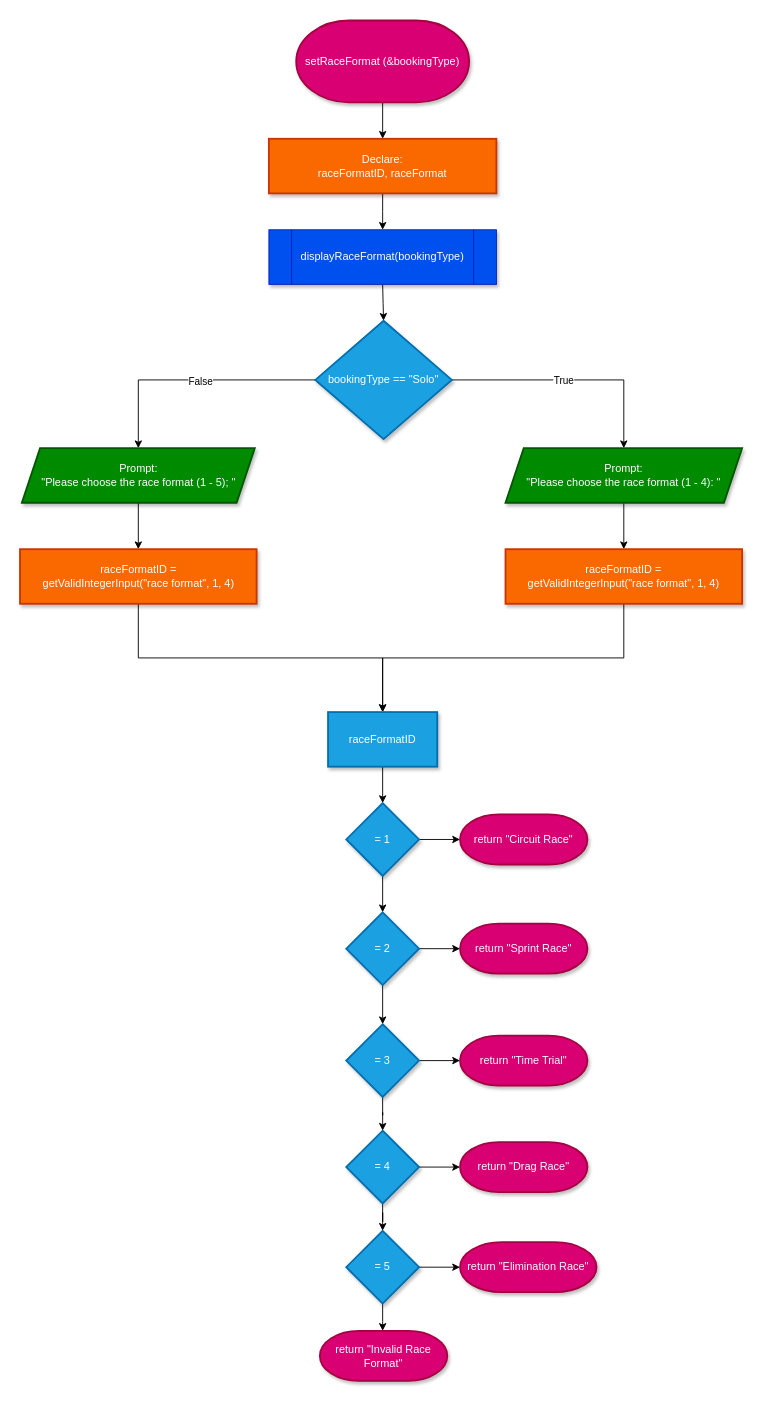
Above: Flowcharts (draw.io)/12. setRaceFormat.drawio in shahxvi/csc126-group-project (draw.io), before the change. Source tidied: cells renumbered, new cells numbered last; positions are measured from the earlier drawing's top-left corner, leaving out a move shared by most shapes. Both pictures are drawn from the tidied source at 91%, with x=0, y=0 at pixel (19, 20).
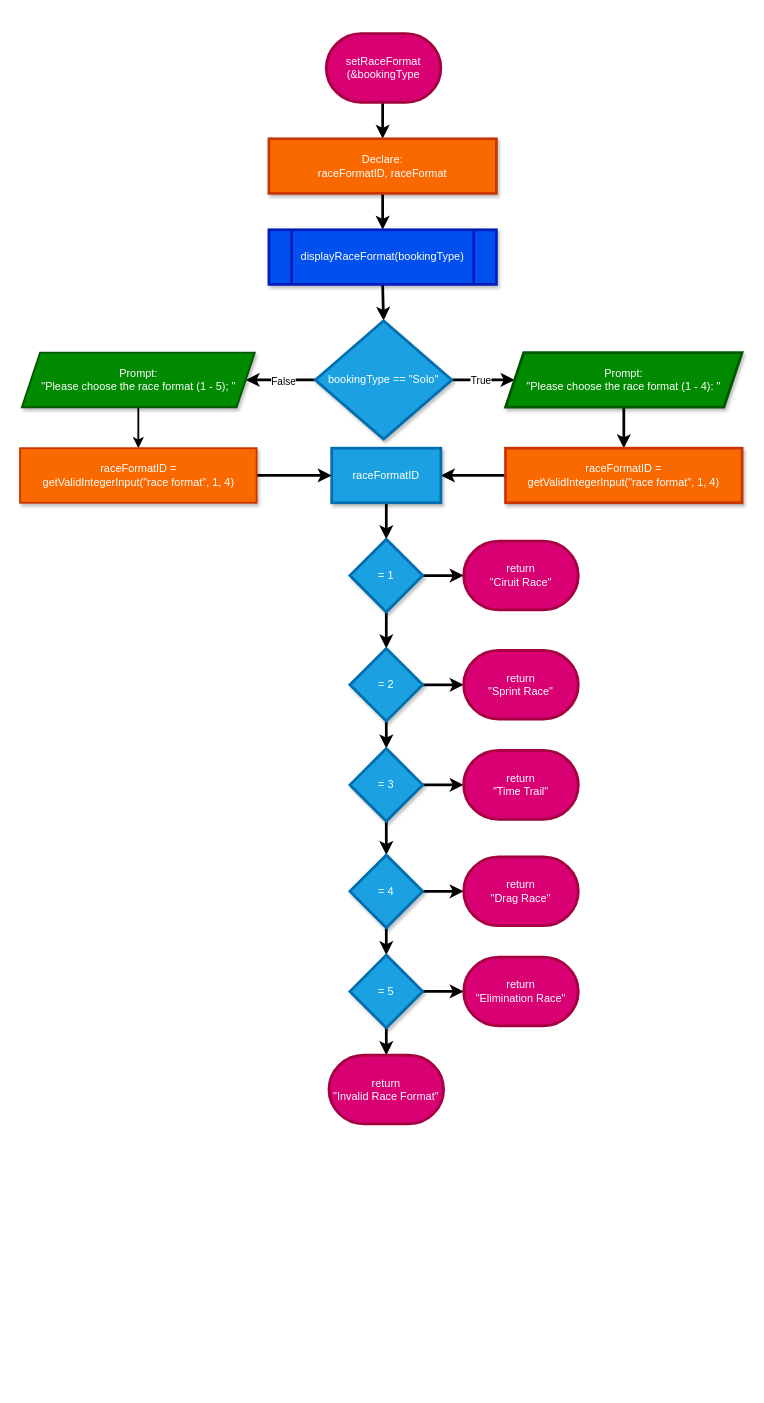
Above is the later version.

Diff of the diagram source:
```diff
@@
-    <mxCell id="2" style="edgeStyle=orthogonalEdgeStyle;rounded=0;jettySize=auto;html=1;" parent="1" edge="1" source="3" target="5">
-      <mxGeometry relative="1" as="geometry" />
+    <mxCell id="2" style="rounded=0;jettySize=auto;html=1;enumerate=0;comic=0;backgroundOutline=0;strokeWidth=3;" parent="1" edge="1" target="5">
+      <mxGeometry relative="1" as="geometry">
+        <mxPoint x="399" y="90" as="sourcePoint" />
+      </mxGeometry>
     </mxCell>
-    <mxCell id="3" value="setRaceFormat (&amp;amp;bookingType)" style="strokeWidth=2;html=1;shape=mxgraph.flowchart.terminator;whiteSpace=wrap;fillColor=#d80073;fontColor=#ffffff;strokeColor=#A50040;shadow=1;" parent="1" vertex="1">
-      <mxGeometry x="304" width="190" height="90" as="geometry" />
-    </mxCell>
-    <mxCell id="4" style="edgeStyle=orthogonalEdgeStyle;rounded=0;jettySize=auto;html=1;" parent="1" edge="1" source="5">
+    <mxCell id="4" style="edgeStyle=orthogonalEdgeStyle;rounded=0;jettySize=auto;html=1;enumerate=0;comic=0;backgroundOutline=0;strokeWidth=3;" parent="1" edge="1" source="5">
       <mxGeometry relative="1" as="geometry">
         <mxPoint x="399" y="230" as="targetPoint" />
       </mxGeometry>
     </mxCell>
-    <mxCell id="5" value="&lt;font style=&quot;color: rgb(255, 255, 255);&quot;&gt;Declare:&lt;/font&gt;&lt;div&gt;&lt;font style=&quot;color: rgb(255, 255, 255);&quot;&gt;raceFormatID, raceFormat&lt;/font&gt;&lt;/div&gt;" style="whiteSpace=wrap;html=1;strokeWidth=2;fillColor=#fa6800;fontColor=#FFFFFF;strokeColor=#C73500;shadow=1;" parent="1" vertex="1">
+    <mxCell id="5" value="&lt;font style=&quot;color: rgb(255, 255, 255);&quot;&gt;Declare:&lt;/font&gt;&lt;div&gt;&lt;font style=&quot;color: rgb(255, 255, 255);&quot;&gt;raceFormatID, raceFormat&lt;/font&gt;&lt;/div&gt;" style="whiteSpace=wrap;html=1;strokeWidth=3;fillColor=#fa6800;fontColor=#FFFFFF;strokeColor=#C73500;shadow=1;enumerate=0;comic=0;backgroundOutline=0;" parent="1" vertex="1">
       <mxGeometry x="274" y="130" width="250" height="60" as="geometry" />
     </mxCell>
-    <mxCell id="6" style="edgeStyle=orthogonalEdgeStyle;rounded=0;jettySize=auto;html=1;" parent="1" edge="1" target="11">
+    <mxCell id="6" style="edgeStyle=orthogonalEdgeStyle;rounded=0;jettySize=auto;html=1;enumerate=0;comic=0;backgroundOutline=0;strokeWidth=3;" parent="1" edge="1" target="11">
       <mxGeometry relative="1" as="geometry">
         <mxPoint x="399" y="290" as="sourcePoint" />
       </mxGeometry>
     </mxCell>
-    <mxCell id="7" style="edgeStyle=orthogonalEdgeStyle;rounded=0;jettySize=auto;html=1;" parent="1" edge="1" source="11" target="13">
+    <mxCell id="7" style="edgeStyle=orthogonalEdgeStyle;rounded=0;jettySize=auto;html=1;enumerate=0;comic=0;backgroundOutline=0;strokeWidth=3;" parent="1" edge="1" source="11" target="13">
       <mxGeometry relative="1" as="geometry" />
     </mxCell>
-    <mxCell id="8" value="True" style="edgeLabel;html=1;align=center;verticalAlign=middle;" parent="7" vertex="1">
+    <mxCell id="8" value="True" style="edgeLabel;html=1;align=center;verticalAlign=middle;enumerate=0;comic=0;backgroundOutline=0;" parent="7" vertex="1">
       <mxGeometry x="-0.07" y="-2" relative="1" as="geometry">
         <mxPoint x="-1" y="-2" as="offset" />
       </mxGeometry>
     </mxCell>
-    <mxCell id="9" style="edgeStyle=orthogonalEdgeStyle;rounded=0;jettySize=auto;html=1;" parent="1" edge="1" source="11" target="17">
+    <mxCell id="9" style="edgeStyle=orthogonalEdgeStyle;rounded=0;jettySize=auto;html=1;enumerate=0;comic=0;backgroundOutline=0;strokeWidth=3;" parent="1" edge="1" source="11" target="17">
       <mxGeometry relative="1" as="geometry" />
     </mxCell>
-    <mxCell id="10" value="False" style="edgeLabel;html=1;align=center;verticalAlign=middle;" parent="9" vertex="1">
+    <mxCell id="10" value="False" style="edgeLabel;html=1;align=center;verticalAlign=middle;enumerate=0;comic=0;backgroundOutline=0;" parent="9" vertex="1">
       <mxGeometry x="-0.06" y="3" relative="1" as="geometry">
         <mxPoint y="-2" as="offset" />
       </mxGeometry>
     </mxCell>
-    <mxCell id="11" value="bookingType == &quot;Solo&quot;" style="rhombus;whiteSpace=wrap;html=1;fillColor=#1ba1e2;strokeColor=#006EAF;fontColor=#ffffff;strokeWidth=2;shadow=1;" parent="1" vertex="1">
+    <mxCell id="11" value="bookingType == &quot;Solo&quot;" style="rhombus;whiteSpace=wrap;html=1;fillColor=#1ba1e2;strokeColor=#006EAF;fontColor=#ffffff;strokeWidth=3;shadow=1;enumerate=0;comic=0;backgroundOutline=0;" parent="1" vertex="1">
       <mxGeometry x="325" y="330" width="150" height="130" as="geometry" />
     </mxCell>
-    <mxCell id="12" style="edgeStyle=orthogonalEdgeStyle;rounded=0;jettySize=auto;html=1;" parent="1" edge="1" source="13" target="15">
+    <mxCell id="12" style="edgeStyle=orthogonalEdgeStyle;rounded=0;jettySize=auto;html=1;enumerate=0;comic=0;backgroundOutline=0;strokeWidth=3;" parent="1" edge="1" source="13" target="15">
       <mxGeometry relative="1" as="geometry" />
     </mxCell>
-    <mxCell id="13" value="&lt;font style=&quot;color: rgb(255, 255, 255);&quot;&gt;Prompt:&lt;/font&gt;&lt;div&gt;&lt;font style=&quot;color: rgb(255, 255, 255);&quot;&gt;&quot;Please choose the race format (1 - 4): &quot;&lt;/font&gt;&lt;/div&gt;" style="shape=parallelogram;perimeter=parallelogramPerimeter;whiteSpace=wrap;html=1;fixedSize=1;fillColor=#008a00;strokeColor=#005700;fontColor=#ffffff;strokeWidth=2;shadow=1;" parent="1" vertex="1">
-      <mxGeometry x="534" y="470" width="260" height="60" as="geometry" />
+    <mxCell id="13" value="&lt;font style=&quot;color: rgb(255, 255, 255);&quot;&gt;Prompt:&lt;/font&gt;&lt;div&gt;&lt;font style=&quot;color: rgb(255, 255, 255);&quot;&gt;&quot;Please choose the race format (1 - 4): &quot;&lt;/font&gt;&lt;/div&gt;" style="shape=parallelogram;perimeter=parallelogramPerimeter;whiteSpace=wrap;html=1;fixedSize=1;fillColor=#008a00;strokeColor=#005700;fontColor=#ffffff;strokeWidth=3;shadow=1;enumerate=0;comic=0;backgroundOutline=0;" parent="1" vertex="1">
+      <mxGeometry x="534" y="365" width="260" height="60" as="geometry" />
     </mxCell>
-    <mxCell id="14" style="rounded=0;jettySize=auto;html=1;edgeStyle=orthogonalEdgeStyle;entryX=0.5;entryY=0;entryDx=0;entryDy=0;exitX=0.5;exitY=1;exitDx=0;exitDy=0;" parent="1" edge="1" source="15" target="19">
+    <mxCell id="14" style="edgeStyle=none;html=1;enumerate=0;comic=0;backgroundOutline=0;strokeWidth=3;" parent="1" edge="1" source="15" target="19">
       <mxGeometry relative="1" as="geometry" />
     </mxCell>
-    <mxCell id="15" value="raceFormatID =&lt;br&gt;getValidIntegerInput(&quot;race format&quot;, 1, 4)" style="whiteSpace=wrap;html=1;strokeWidth=2;fillColor=#fa6800;fontColor=#FFFFFF;strokeColor=#C73500;shadow=1;" parent="1" vertex="1">
-      <mxGeometry x="534" y="581" width="260" height="60" as="geometry" />
+    <mxCell id="15" value="raceFormatID =&lt;br&gt;getValidIntegerInput(&quot;race format&quot;, 1, 4)" style="whiteSpace=wrap;html=1;strokeWidth=3;fillColor=#fa6800;fontColor=#FFFFFF;strokeColor=#C73500;shadow=1;enumerate=0;comic=0;backgroundOutline=0;" parent="1" vertex="1">
+      <mxGeometry x="534" y="470" width="260" height="60" as="geometry" />
     </mxCell>
-    <mxCell id="16" style="edgeStyle=orthogonalEdgeStyle;rounded=0;jettySize=auto;html=1;" parent="1" edge="1" source="17" target="43">
+    <mxCell id="16" style="edgeStyle=orthogonalEdgeStyle;rounded=0;jettySize=auto;html=1;enumerate=0;comic=0;backgroundOutline=0;strokeWidth=2;" parent="1" edge="1" source="17" target="43">
       <mxGeometry relative="1" as="geometry" />
     </mxCell>
-    <mxCell id="17" value="&lt;font style=&quot;color: rgb(255, 255, 255);&quot;&gt;Prompt:&lt;/font&gt;&lt;div&gt;&lt;font style=&quot;color: rgb(255, 255, 255);&quot;&gt;&quot;Please choose the race format (1 - 5); &quot;&lt;/font&gt;&lt;/div&gt;" style="shape=parallelogram;perimeter=parallelogramPerimeter;whiteSpace=wrap;html=1;fixedSize=1;fillColor=#008a00;strokeColor=#005700;fontColor=#ffffff;strokeWidth=2;shadow=1;" parent="1" vertex="1">
-      <mxGeometry x="2.5" y="470" width="256" height="60" as="geometry" />
+    <mxCell id="17" value="&lt;font style=&quot;color: rgb(255, 255, 255);&quot;&gt;Prompt:&lt;/font&gt;&lt;div&gt;&lt;font style=&quot;color: rgb(255, 255, 255);&quot;&gt;&quot;Please choose the race format (1 - 5); &quot;&lt;/font&gt;&lt;/div&gt;" style="shape=parallelogram;perimeter=parallelogramPerimeter;whiteSpace=wrap;html=1;fixedSize=1;fillColor=#008a00;strokeColor=#005700;fontColor=#ffffff;strokeWidth=2;shadow=1;enumerate=0;comic=0;backgroundOutline=0;" parent="1" vertex="1">
+      <mxGeometry x="2.5" y="365" width="256" height="60" as="geometry" />
     </mxCell>
-    <mxCell id="18" style="edgeStyle=orthogonalEdgeStyle;rounded=0;jettySize=auto;html=1;" parent="1" edge="1" source="19" target="22">
+    <mxCell id="18" style="edgeStyle=orthogonalEdgeStyle;rounded=0;jettySize=auto;html=1;enumerate=0;comic=0;backgroundOutline=0;strokeWidth=3;" parent="1" edge="1" source="19" target="22">
       <mxGeometry relative="1" as="geometry" />
     </mxCell>
-    <mxCell id="19" value="raceFormatID" style="whiteSpace=wrap;html=1;fillColor=#1ba1e2;strokeColor=#006EAF;fontColor=#ffffff;strokeWidth=2;shadow=1;" parent="1" vertex="1">
-      <mxGeometry x="339" y="760" width="120" height="60" as="geometry" />
+    <mxCell id="19" value="raceFormatID" style="whiteSpace=wrap;html=1;fillColor=#1ba1e2;strokeColor=#006EAF;fontColor=#ffffff;strokeWidth=3;shadow=1;enumerate=0;comic=0;backgroundOutline=0;" parent="1" vertex="1">
+      <mxGeometry x="343" y="470" width="120" height="60" as="geometry" />
     </mxCell>
-    <mxCell id="20" style="edgeStyle=orthogonalEdgeStyle;rounded=0;jettySize=auto;html=1;" parent="1" edge="1" source="22" target="23">
-      <mxGeometry relative="1" as="geometry" />
+    <mxCell id="20" style="edgeStyle=orthogonalEdgeStyle;rounded=0;jettySize=auto;html=1;enumerate=0;comic=0;backgroundOutline=0;strokeWidth=3;" parent="1" edge="1" source="22">
+      <mxGeometry relative="1" as="geometry">
+        <mxPoint x="488" y="610" as="targetPoint" />
+      </mxGeometry>
     </mxCell>
-    <mxCell id="21" style="edgeStyle=orthogonalEdgeStyle;rounded=0;jettySize=auto;html=1;" parent="1" edge="1" source="22" target="26">
+    <mxCell id="21" style="edgeStyle=orthogonalEdgeStyle;rounded=0;jettySize=auto;html=1;enumerate=0;comic=0;backgroundOutline=0;strokeWidth=3;" parent="1" edge="1" source="22" target="26">
       <mxGeometry relative="1" as="geometry" />
     </mxCell>
-    <mxCell id="22" value="= 1" style="rhombus;whiteSpace=wrap;html=1;fillColor=#1ba1e2;strokeColor=#006EAF;fontColor=#ffffff;strokeWidth=2;shadow=1;" parent="1" vertex="1">
-      <mxGeometry x="359" y="860" width="80" height="80" as="geometry" />
+    <mxCell id="22" value="= 1" style="rhombus;whiteSpace=wrap;html=1;fillColor=#1ba1e2;strokeColor=#006EAF;fontColor=#ffffff;strokeWidth=3;shadow=1;enumerate=0;comic=0;backgroundOutline=0;" parent="1" vertex="1">
+      <mxGeometry x="363" y="570" width="80" height="80" as="geometry" />
     </mxCell>
-    <mxCell id="23" value="return &quot;Circuit Race&quot;" style="strokeWidth=2;html=1;shape=mxgraph.flowchart.terminator;whiteSpace=wrap;fillColor=#d80073;fontColor=#ffffff;strokeColor=#A50040;shadow=1;" parent="1" vertex="1">
-      <mxGeometry x="484" y="872.5" width="140" height="55" as="geometry" />
-    </mxCell>
-    <mxCell id="24" style="edgeStyle=orthogonalEdgeStyle;rounded=0;jettySize=auto;html=1;" parent="1" edge="1" source="26" target="27">
-      <mxGeometry relative="1" as="geometry" />
+    <mxCell id="24" style="edgeStyle=orthogonalEdgeStyle;rounded=0;jettySize=auto;html=1;enumerate=0;comic=0;backgroundOutline=0;strokeWidth=3;" parent="1" edge="1" source="26">
+      <mxGeometry relative="1" as="geometry">
+        <mxPoint x="488" y="730" as="targetPoint" />
+      </mxGeometry>
     </mxCell>
-    <mxCell id="25" style="edgeStyle=orthogonalEdgeStyle;rounded=0;jettySize=auto;html=1;" parent="1" edge="1" source="26" target="30">
+    <mxCell id="25" style="edgeStyle=orthogonalEdgeStyle;rounded=0;jettySize=auto;html=1;enumerate=0;comic=0;backgroundOutline=0;strokeWidth=3;" parent="1" edge="1" source="26" target="30">
       <mxGeometry relative="1" as="geometry" />
     </mxCell>
-    <mxCell id="26" value="= 2" style="rhombus;whiteSpace=wrap;html=1;fillColor=#1ba1e2;strokeColor=#006EAF;fontColor=#ffffff;strokeWidth=2;shadow=1;" parent="1" vertex="1">
-      <mxGeometry x="359" y="980" width="80" height="80" as="geometry" />
+    <mxCell id="26" value="= 2" style="rhombus;whiteSpace=wrap;html=1;fillColor=#1ba1e2;strokeColor=#006EAF;fontColor=#ffffff;strokeWidth=3;shadow=1;enumerate=0;comic=0;backgroundOutline=0;" parent="1" vertex="1">
+      <mxGeometry x="363" y="690" width="80" height="80" as="geometry" />
     </mxCell>
-    <mxCell id="27" value="return &quot;Sprint Race&quot;" style="strokeWidth=2;html=1;shape=mxgraph.flowchart.terminator;whiteSpace=wrap;fillColor=#d80073;fontColor=#ffffff;strokeColor=#A50040;shadow=1;" parent="1" vertex="1">
-      <mxGeometry x="484" y="992.5" width="140" height="55" as="geometry" />
-    </mxCell>
-    <mxCell id="28" style="edgeStyle=orthogonalEdgeStyle;rounded=0;jettySize=auto;html=1;" parent="1" edge="1" source="30" target="31">
-      <mxGeometry relative="1" as="geometry" />
+    <mxCell id="28" style="edgeStyle=orthogonalEdgeStyle;rounded=0;jettySize=auto;html=1;enumerate=0;comic=0;backgroundOutline=0;strokeWidth=3;" parent="1" edge="1" source="30">
+      <mxGeometry relative="1" as="geometry">
+        <mxPoint x="488" y="840" as="targetPoint" />
+      </mxGeometry>
     </mxCell>
-    <mxCell id="29" style="edgeStyle=orthogonalEdgeStyle;rounded=0;jettySize=auto;html=1;" parent="1" edge="1" source="30" target="34">
+    <mxCell id="29" style="edgeStyle=orthogonalEdgeStyle;rounded=0;jettySize=auto;html=1;enumerate=0;comic=0;backgroundOutline=0;strokeWidth=3;" parent="1" edge="1" source="30" target="34">
       <mxGeometry relative="1" as="geometry" />
     </mxCell>
-    <mxCell id="30" value="= 3" style="rhombus;whiteSpace=wrap;html=1;fillColor=#1ba1e2;strokeColor=#006EAF;fontColor=#ffffff;strokeWidth=2;shadow=1;" parent="1" vertex="1">
-      <mxGeometry x="359" y="1103" width="80" height="80" as="geometry" />
+    <mxCell id="30" value="= 3" style="rhombus;whiteSpace=wrap;html=1;fillColor=#1ba1e2;strokeColor=#006EAF;fontColor=#ffffff;strokeWidth=3;shadow=1;enumerate=0;comic=0;backgroundOutline=0;" parent="1" vertex="1">
+      <mxGeometry x="363" y="800" width="80" height="80" as="geometry" />
     </mxCell>
-    <mxCell id="31" value="return &quot;Time Trial&quot;" style="strokeWidth=2;html=1;shape=mxgraph.flowchart.terminator;whiteSpace=wrap;fillColor=#d80073;fontColor=#ffffff;strokeColor=#A50040;shadow=1;" parent="1" vertex="1">
-      <mxGeometry x="484" y="1115.5" width="140" height="55" as="geometry" />
-    </mxCell>
-    <mxCell id="32" style="edgeStyle=orthogonalEdgeStyle;rounded=0;jettySize=auto;html=1;" parent="1" edge="1" source="34" target="35">
-      <mxGeometry relative="1" as="geometry" />
+    <mxCell id="32" style="edgeStyle=orthogonalEdgeStyle;rounded=0;jettySize=auto;html=1;enumerate=0;comic=0;backgroundOutline=0;strokeWidth=3;" parent="1" edge="1" source="34">
+      <mxGeometry relative="1" as="geometry">
+        <mxPoint x="488" y="957" as="targetPoint" />
+      </mxGeometry>
     </mxCell>
-    <mxCell id="33" style="edgeStyle=orthogonalEdgeStyle;rounded=0;jettySize=auto;html=1;" parent="1" edge="1" source="34" target="38">
+    <mxCell id="33" style="edgeStyle=orthogonalEdgeStyle;rounded=0;jettySize=auto;html=1;enumerate=0;comic=0;backgroundOutline=0;strokeWidth=3;" parent="1" edge="1" source="34" target="38">
       <mxGeometry relative="1" as="geometry" />
     </mxCell>
-    <mxCell id="34" value="= 4" style="rhombus;whiteSpace=wrap;html=1;fillColor=#1ba1e2;strokeColor=#006EAF;fontColor=#ffffff;strokeWidth=2;shadow=1;" parent="1" vertex="1">
-      <mxGeometry x="359" y="1220" width="80" height="80" as="geometry" />
+    <mxCell id="34" value="= 4" style="rhombus;whiteSpace=wrap;html=1;fillColor=#1ba1e2;strokeColor=#006EAF;fontColor=#ffffff;strokeWidth=3;shadow=1;enumerate=0;comic=0;backgroundOutline=0;" parent="1" vertex="1">
+      <mxGeometry x="363" y="917" width="80" height="80" as="geometry" />
     </mxCell>
-    <mxCell id="35" value="return &quot;Drag Race&quot;" style="strokeWidth=2;html=1;shape=mxgraph.flowchart.terminator;whiteSpace=wrap;fillColor=#d80073;fontColor=#ffffff;strokeColor=#A50040;shadow=1;" parent="1" vertex="1">
-      <mxGeometry x="484" y="1232.5" width="140" height="55" as="geometry" />
-    </mxCell>
-    <mxCell id="36" style="edgeStyle=orthogonalEdgeStyle;rounded=0;jettySize=auto;html=1;" parent="1" edge="1" source="38" target="39">
-      <mxGeometry relative="1" as="geometry" />
+    <mxCell id="36" style="edgeStyle=orthogonalEdgeStyle;rounded=0;jettySize=auto;html=1;enumerate=0;comic=0;backgroundOutline=0;strokeWidth=3;" parent="1" edge="1" source="38">
+      <mxGeometry relative="1" as="geometry">
+        <mxPoint x="488" y="1067" as="targetPoint" />
+      </mxGeometry>
     </mxCell>
-    <mxCell id="37" style="edgeStyle=orthogonalEdgeStyle;rounded=0;jettySize=auto;html=1;" parent="1" edge="1" source="38">
+    <mxCell id="37" style="edgeStyle=orthogonalEdgeStyle;rounded=0;jettySize=auto;html=1;enumerate=0;comic=0;backgroundOutline=0;strokeWidth=3;" parent="1" edge="1" source="38">
       <mxGeometry relative="1" as="geometry">
-        <mxPoint x="399" y="1440" as="targetPoint" />
+        <mxPoint x="403" y="1137" as="targetPoint" />
       </mxGeometry>
     </mxCell>
-    <mxCell id="38" value="= 5" style="rhombus;whiteSpace=wrap;html=1;fillColor=#1ba1e2;strokeColor=#006EAF;fontColor=#ffffff;strokeWidth=2;shadow=1;" parent="1" vertex="1">
-      <mxGeometry x="359" y="1330" width="80" height="80" as="geometry" />
+    <mxCell id="38" value="= 5" style="rhombus;whiteSpace=wrap;html=1;fillColor=#1ba1e2;strokeColor=#006EAF;fontColor=#ffffff;strokeWidth=3;shadow=1;enumerate=0;comic=0;backgroundOutline=0;" parent="1" vertex="1">
+      <mxGeometry x="363" y="1027" width="80" height="80" as="geometry" />
     </mxCell>
-    <mxCell id="39" value="return &quot;Elimination Race&quot;" style="strokeWidth=2;html=1;shape=mxgraph.flowchart.terminator;whiteSpace=wrap;fillColor=#d80073;fontColor=#ffffff;strokeColor=#A50040;shadow=1;" parent="1" vertex="1">
-      <mxGeometry x="484" y="1342.5" width="150" height="55" as="geometry" />
-    </mxCell>
-    <mxCell id="40" value="return &quot;Invalid Race Format&quot;" style="strokeWidth=2;html=1;shape=mxgraph.flowchart.terminator;whiteSpace=wrap;fillColor=#d80073;fontColor=#ffffff;strokeColor=#A50040;shadow=1;" parent="1" vertex="1">
-      <mxGeometry x="330" y="1440" width="140" height="55" as="geometry" />
-    </mxCell>
-    <mxCell id="41" value="displayRaceFormat(bookingType)" style="shape=process;whiteSpace=wrap;html=1;backgroundOutline=1;fillColor=#0050ef;fontColor=#ffffff;strokeColor=#001DBC;shadow=1;" parent="1" vertex="1">
+    <mxCell id="41" value="displayRaceFormat(bookingType)" style="shape=process;whiteSpace=wrap;html=1;backgroundOutline=0;fillColor=#0050ef;fontColor=#ffffff;strokeColor=#001DBC;shadow=1;enumerate=0;comic=0;strokeWidth=3;" parent="1" vertex="1">
       <mxGeometry x="274" y="230" width="250" height="60" as="geometry" />
     </mxCell>
-    <mxCell id="42" style="edgeStyle=orthogonalEdgeStyle;rounded=0;jettySize=auto;html=1;exitX=0.5;exitY=1;exitDx=0;exitDy=0;entryX=0.5;entryY=0;entryDx=0;entryDy=0;" parent="1" edge="1" source="43" target="19">
+    <mxCell id="42" style="edgeStyle=none;html=1;enumerate=0;comic=0;backgroundOutline=0;strokeWidth=3;" parent="1" edge="1" source="43" target="19">
       <mxGeometry relative="1" as="geometry" />
     </mxCell>
-    <mxCell id="43" value="raceFormatID =&lt;br&gt;getValidIntegerInput(&quot;race format&quot;, 1, 4)" style="whiteSpace=wrap;html=1;strokeWidth=2;fillColor=#fa6800;fontColor=#FFFFFF;strokeColor=#C73500;shadow=1;" parent="1" vertex="1">
-      <mxGeometry x="0.5" y="581" width="260" height="60" as="geometry" />
+    <mxCell id="43" value="raceFormatID =&lt;br&gt;getValidIntegerInput(&quot;race format&quot;, 1, 4)" style="whiteSpace=wrap;html=1;strokeWidth=2;fillColor=#fa6800;fontColor=#FFFFFF;strokeColor=#C73500;shadow=1;enumerate=0;comic=0;backgroundOutline=0;" parent="1" vertex="1">
+      <mxGeometry x="0.5" y="470" width="260" height="60" as="geometry" />
     </mxCell>
+    <mxCell id="44" value="setRaceFormat&lt;br&gt;(&amp;amp;bookingType" style="strokeWidth=3;html=1;shape=mxgraph.flowchart.terminator;whiteSpace=wrap;fillColor=#d80073;fontColor=#ffffff;strokeColor=#A50040;" parent="1" vertex="1">
+      <mxGeometry x="337" y="14.4" width="126" height="75.6" as="geometry" />
+    </mxCell>
+    <mxCell id="45" value="return&lt;br&gt;&quot;Ciruit Race&quot;" style="strokeWidth=3;html=1;shape=mxgraph.flowchart.terminator;whiteSpace=wrap;fillColor=#d80073;fontColor=#ffffff;strokeColor=#A50040;" parent="1" vertex="1">
+      <mxGeometry x="488" y="572.2" width="126" height="75.6" as="geometry" />
+    </mxCell>
+    <mxCell id="27" value="return&lt;br&gt;&quot;Sprint Race&quot;" style="strokeWidth=3;html=1;shape=mxgraph.flowchart.terminator;whiteSpace=wrap;fillColor=#d80073;fontColor=#ffffff;strokeColor=#A50040;" parent="1" vertex="1">
+      <mxGeometry x="488" y="692.2" width="126" height="75.6" as="geometry" />
+    </mxCell>
+    <mxCell id="46" value="return&lt;br&gt;&quot;Time Trail&quot;" style="strokeWidth=3;html=1;shape=mxgraph.flowchart.terminator;whiteSpace=wrap;fillColor=#d80073;fontColor=#ffffff;strokeColor=#A50040;" parent="1" vertex="1">
+      <mxGeometry x="488" y="802.2" width="126" height="75.6" as="geometry" />
+    </mxCell>
+    <mxCell id="35" value="return&lt;br&gt;&quot;Drag Race&quot;" style="strokeWidth=3;html=1;shape=mxgraph.flowchart.terminator;whiteSpace=wrap;fillColor=#d80073;fontColor=#ffffff;strokeColor=#A50040;" parent="1" vertex="1">
+      <mxGeometry x="488" y="919.2" width="126" height="75.6" as="geometry" />
+    </mxCell>
+    <mxCell id="39" value="return&lt;br&gt;&quot;Elimination Race&quot;" style="strokeWidth=3;html=1;shape=mxgraph.flowchart.terminator;whiteSpace=wrap;fillColor=#d80073;fontColor=#ffffff;strokeColor=#A50040;" parent="1" vertex="1">
+      <mxGeometry x="488" y="1029.2" width="126" height="75.6" as="geometry" />
+    </mxCell>
+    <mxCell id="40" value="return&lt;br&gt;&quot;Invalid Race Format&quot;" style="strokeWidth=3;html=1;shape=mxgraph.flowchart.terminator;whiteSpace=wrap;fillColor=#d80073;fontColor=#ffffff;strokeColor=#A50040;" parent="1" vertex="1">
+      <mxGeometry x="340" y="1137" width="126" height="75.6" as="geometry" />
+    </mxCell>
```
